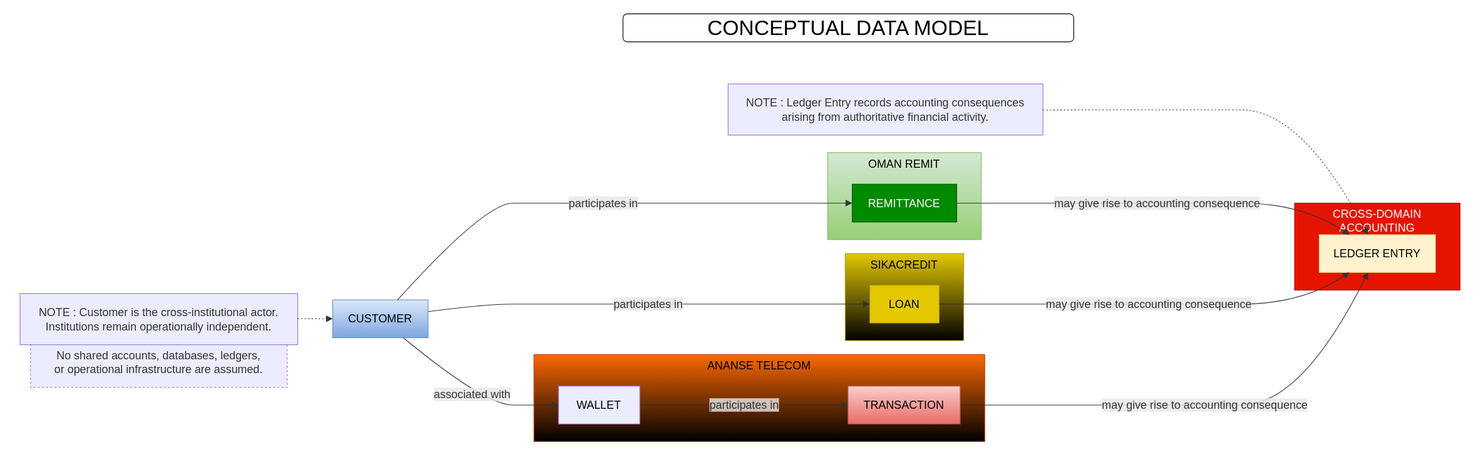
This is diagrams/WP-2.1-T08_conceptual_data_model.drawio.svg from deloveyeboah10-Nagato/OCB_PLATFORM, a draw.io export, as it was before one commit. Source tidied: cells renumbered, new cells last; positions are measured from the earlier drawing's top-left corner, leaving out a move shared by most shapes.
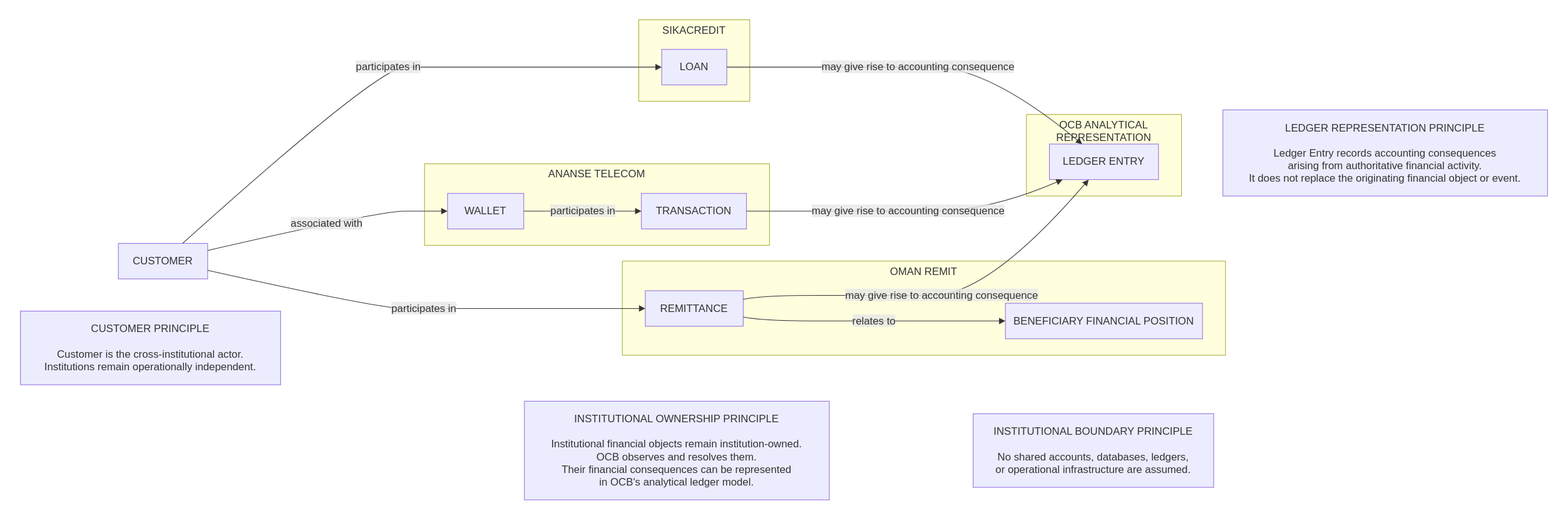
After the commit.

What changed in the source:
```diff
@@ -2,122 +2,122 @@
   <root>
     <mxCell id="0" />
     <mxCell id="1" parent="0" />
-    <mxCell id="2" style="group;transparentBounds=1;editIcon=1;lockedGroup=0;groupPadding=10;" parent="1" vertex="1">
-      <mxGeometry width="1679" height="223" as="geometry" />
-    </mxCell>
-    <mxCell id="3" value="No shared accounts, databases, ledgers,&#10;or operational infrastructure are assumed." style="html=1;whiteSpace=wrap;strokeWidth=1;fillColor=light-dark(#ECECFF,#1f2020);strokeColor=light-dark(#9370DB,#cccccc);fontColor=light-dark(#333333,#cccccc);fontFamily=Trebuchet MS,Verdana,Arial,sans-serif;fontSize=16;dashed=1;" parent="2" vertex="1">
-      <mxGeometry x="225" y="500" width="366" height="73" as="geometry" />
-    </mxCell>
+    <mxCell id="26" style="group;transparentBounds=1;editIcon=1;lockedGroup=0;groupPadding=10;" parent="1" vertex="1">
+      <mxGeometry as="geometry" />
+    </mxCell>
-    <mxCell id="4" value="ANANSE TELECOM" style="html=1;whiteSpace=wrap;strokeWidth=1;verticalAlign=top;fillColor=#fa6800;strokeColor=#C73500;fontColor=light-dark(#000000,#333333);fontFamily=Trebuchet MS,Verdana,Arial,sans-serif;fontSize=16;gradientColor=light-dark(#000000,#994C00);" parent="2" vertex="1">
-      <mxGeometry x="943" y="526" width="643" height="124" as="geometry" />
+    <mxCell id="4" value="ANANSE TELECOM" style="html=1;whiteSpace=wrap;strokeWidth=1;verticalAlign=top;fillColor=light-dark(#ffffde,#1f2020);strokeColor=light-dark(#aaaa33,#cccccc);fontColor=light-dark(#333333,#cccccc);fontFamily=Trebuchet MS,Verdana,Arial,sans-serif;fontSize=16;" parent="26" vertex="1">
+      <mxGeometry x="675" y="249" width="525" height="124" as="geometry" />
     </mxCell>
-    <mxCell id="5" value="WALLET" style="html=1;whiteSpace=wrap;strokeWidth=1;fillColor=light-dark(#ECECFF,#FFD700);strokeColor=light-dark(#9370DB,#cccccc);fontColor=light-dark(#000000,#333333);fontFamily=Trebuchet MS,Verdana,Arial,sans-serif;fontSize=16;labelBorderColor=none;" parent="4" vertex="1">
+    <mxCell id="5" value="WALLET" style="html=1;whiteSpace=wrap;strokeWidth=1;fillColor=light-dark(#ECECFF,#1f2020);strokeColor=light-dark(#9370DB,#cccccc);fontColor=light-dark(#333333,#cccccc);fontFamily=Trebuchet MS,Verdana,Arial,sans-serif;fontSize=16;" parent="4" vertex="1">
       <mxGeometry x="35" y="45" width="116" height="54" as="geometry" />
     </mxCell>
-    <mxCell id="6" value="TRANSACTION" style="html=1;whiteSpace=wrap;strokeWidth=1;fillColor=#f8cecc;strokeColor=#b85450;fontFamily=Trebuchet MS,Verdana,Arial,sans-serif;fontSize=16;gradientColor=#ea6b66;" parent="4" vertex="1">
-      <mxGeometry x="448" y="45" width="160" height="54" as="geometry" />
+    <mxCell id="6" value="TRANSACTION" style="html=1;whiteSpace=wrap;strokeWidth=1;fillColor=light-dark(#ECECFF,#1f2020);strokeColor=light-dark(#9370DB,#cccccc);fontColor=light-dark(#333333,#cccccc);fontFamily=Trebuchet MS,Verdana,Arial,sans-serif;fontSize=16;" parent="4" vertex="1">
+      <mxGeometry x="330" y="45" width="160" height="54" as="geometry" />
     </mxCell>
-    <mxCell id="7" value="participates in" style="curved=1;startArrow=none;endArrow=block;endSize=7;strokeColor=light-dark(#333333,#cccccc);html=1;fontSize=16;labelBackgroundColor=light-dark(#E8E8E88D,#2a2a2a8D);fontFamily=Trebuchet MS,Verdana,Arial,sans-serif;fontColor=light-dark(#333333,#cccccc);exitX=1;exitY=0.5;entryX=0;entryY=0.5;" parent="4" edge="1" source="5" target="6">
+    <mxCell id="7" value="participates in" style="curved=1;startArrow=none;endArrow=block;endSize=7;strokeColor=light-dark(#333333,#cccccc);html=1;fontSize=16;labelBackgroundColor=light-dark(#E8E8E88D,#2a2a2a8D);fontFamily=Trebuchet MS,Verdana,Arial,sans-serif;fontColor=light-dark(#333333,#cccccc);exitX=1;exitY=0.5;entryX=0;entryY=0.5;rounded=0;" parent="4" edge="1" source="5" target="6">
       <mxGeometry relative="1" as="geometry" />
     </mxCell>
-    <mxCell id="8" value="SIKACREDIT" style="html=1;whiteSpace=wrap;strokeWidth=1;verticalAlign=top;fillColor=#e3c800;strokeColor=#B09500;fontFamily=Trebuchet MS,Verdana,Arial,sans-serif;fontSize=16;fontColor=light-dark(#000000,#333333);gradientColor=light-dark(#000000,#FFD966);" parent="2" vertex="1">
-      <mxGeometry x="1387" y="382" width="169" height="124" as="geometry" />
+    <mxCell id="8" value="SIKACREDIT" style="html=1;whiteSpace=wrap;strokeWidth=1;verticalAlign=top;fillColor=light-dark(#ffffde,#1f2020);strokeColor=light-dark(#aaaa33,#cccccc);fontColor=light-dark(#333333,#cccccc);fontFamily=Trebuchet MS,Verdana,Arial,sans-serif;fontSize=16;" parent="26" vertex="1">
+      <mxGeometry x="1001" y="30" width="169" height="124" as="geometry" />
     </mxCell>
-    <mxCell id="9" value="LOAN" style="html=1;whiteSpace=wrap;strokeWidth=1;fillColor=#e3c800;strokeColor=#B09500;fontFamily=Trebuchet MS,Verdana,Arial,sans-serif;fontSize=16;fontColor=#000000;" parent="8" vertex="1">
+    <mxCell id="9" value="LOAN" style="html=1;whiteSpace=wrap;strokeWidth=1;fillColor=light-dark(#ECECFF,#1f2020);strokeColor=light-dark(#9370DB,#cccccc);fontColor=light-dark(#333333,#cccccc);fontFamily=Trebuchet MS,Verdana,Arial,sans-serif;fontSize=16;" parent="8" vertex="1">
       <mxGeometry x="35" y="45" width="99" height="54" as="geometry" />
     </mxCell>
-    <mxCell id="10" value="OMAN REMIT" style="html=1;whiteSpace=wrap;strokeWidth=1;verticalAlign=top;fillColor=#d5e8d4;strokeColor=#82b366;fontFamily=Trebuchet MS,Verdana,Arial,sans-serif;fontSize=16;gradientColor=#97d077;" parent="2" vertex="1">
-      <mxGeometry x="1362" y="238" width="219" height="124" as="geometry" />
+    <mxCell id="10" value="OMAN REMIT" style="html=1;whiteSpace=wrap;strokeWidth=1;verticalAlign=top;fillColor=light-dark(#ffffde,#1f2020);strokeColor=light-dark(#aaaa33,#cccccc);fontColor=light-dark(#333333,#cccccc);fontFamily=Trebuchet MS,Verdana,Arial,sans-serif;fontSize=16;" parent="26" vertex="1">
+      <mxGeometry x="976" y="397" width="918" height="143" as="geometry" />
     </mxCell>
-    <mxCell id="11" value="REMITTANCE" style="html=1;whiteSpace=wrap;strokeWidth=1;fillColor=#008a00;strokeColor=#005700;fontColor=#ffffff;fontFamily=Trebuchet MS,Verdana,Arial,sans-serif;fontSize=16;" parent="10" vertex="1">
+    <mxCell id="11" value="REMITTANCE" style="html=1;whiteSpace=wrap;strokeWidth=1;fillColor=light-dark(#ECECFF,#1f2020);strokeColor=light-dark(#9370DB,#cccccc);fontColor=light-dark(#333333,#cccccc);fontFamily=Trebuchet MS,Verdana,Arial,sans-serif;fontSize=16;" parent="10" vertex="1">
       <mxGeometry x="35" y="45" width="149" height="54" as="geometry" />
     </mxCell>
-    <mxCell id="12" value="CROSS-DOMAIN ACCOUNTING" style="html=1;whiteSpace=wrap;strokeWidth=1;verticalAlign=top;fillColor=#e51400;strokeColor=#B20000;fontColor=#ffffff;fontFamily=Trebuchet MS,Verdana,Arial,sans-serif;fontSize=16;" parent="2" vertex="1">
-      <mxGeometry x="2028" y="310" width="236" height="124" as="geometry" />
-    </mxCell>
+    <mxCell id="27" value="BENEFICIARY FINANCIAL POSITION" style="html=1;whiteSpace=wrap;strokeWidth=1;fillColor=light-dark(#ECECFF,#1f2020);strokeColor=light-dark(#9370DB,#cccccc);fontColor=light-dark(#333333,#cccccc);fontFamily=Trebuchet MS,Verdana,Arial,sans-serif;fontSize=16;" parent="10" vertex="1">
+      <mxGeometry x="583" y="64" width="300" height="54" as="geometry" />
+    </mxCell>
+    <mxCell id="28" value="relates to" style="curved=1;startArrow=none;endArrow=block;endSize=7;strokeColor=light-dark(#333333,#cccccc);html=1;fontSize=16;labelBackgroundColor=light-dark(#E8E8E88D,#2a2a2a8D);fontFamily=Trebuchet MS,Verdana,Arial,sans-serif;fontColor=light-dark(#333333,#cccccc);exitX=1;exitY=0.74;entryX=0;entryY=0.5;rounded=0;" parent="10" edge="1" source="11" target="27">
+      <mxGeometry relative="1" as="geometry">
+        <Array as="points">
+          <mxPoint x="214" y="91" />
+          <mxPoint x="386" y="91" />
+          <mxPoint x="558" y="91" />
+        </Array>
+      </mxGeometry>
+    </mxCell>
+    <mxCell id="29" value="OCB ANALYTICAL REPRESENTATION" style="html=1;whiteSpace=wrap;strokeWidth=1;verticalAlign=top;fillColor=light-dark(#ffffde,#1f2020);strokeColor=light-dark(#aaaa33,#cccccc);fontColor=light-dark(#333333,#cccccc);fontFamily=Trebuchet MS,Verdana,Arial,sans-serif;fontSize=16;" parent="26" vertex="1">
+      <mxGeometry x="1591" y="174" width="236" height="124" as="geometry" />
+    </mxCell>
-    <mxCell id="13" value="LEDGER ENTRY" style="html=1;whiteSpace=wrap;strokeWidth=1;fillColor=#fff2cc;strokeColor=#d6b656;fontFamily=Trebuchet MS,Verdana,Arial,sans-serif;fontSize=16;" parent="12" vertex="1">
+    <mxCell id="13" value="LEDGER ENTRY" style="html=1;whiteSpace=wrap;strokeWidth=1;fillColor=light-dark(#ECECFF,#1f2020);strokeColor=light-dark(#9370DB,#cccccc);fontColor=light-dark(#333333,#cccccc);fontFamily=Trebuchet MS,Verdana,Arial,sans-serif;fontSize=16;" parent="29" vertex="1">
       <mxGeometry x="35" y="45" width="166" height="54" as="geometry" />
     </mxCell>
-    <mxCell id="14" value="CUSTOMER" style="html=1;whiteSpace=wrap;strokeWidth=1;fillColor=#dae8fc;strokeColor=#6c8ebf;fontFamily=Trebuchet MS,Verdana,Arial,sans-serif;fontSize=16;gradientColor=#7ea6e0;" parent="2" vertex="1">
-      <mxGeometry x="656" y="448" width="136" height="54" as="geometry" />
+    <mxCell id="14" value="CUSTOMER" style="html=1;whiteSpace=wrap;strokeWidth=1;fillColor=light-dark(#ECECFF,#1f2020);strokeColor=light-dark(#9370DB,#cccccc);fontColor=light-dark(#333333,#cccccc);fontFamily=Trebuchet MS,Verdana,Arial,sans-serif;fontSize=16;" parent="26" vertex="1">
+      <mxGeometry x="209" y="370" width="136" height="54" as="geometry" />
     </mxCell>
-    <mxCell id="15" value="NOTE : Customer is the cross-institutional actor.&lt;br&gt;Institutions remain operationally independent." style="html=1;whiteSpace=wrap;strokeWidth=1;fillColor=light-dark(#ECECFF,#1f2020);strokeColor=light-dark(#9370DB,#cccccc);fontColor=light-dark(#333333,#cccccc);fontFamily=Trebuchet MS,Verdana,Arial,sans-serif;fontSize=16;" parent="2" vertex="1">
-      <mxGeometry x="210" y="439" width="396" height="73" as="geometry" />
-    </mxCell>
-    <mxCell id="16" value="NOTE : Ledger Entry records accounting consequences&lt;br&gt;arising from authoritative financial activity." style="html=1;whiteSpace=wrap;strokeWidth=1;fillColor=light-dark(#ECECFF,#1f2020);strokeColor=light-dark(#9370DB,#cccccc);fontColor=light-dark(#333333,#cccccc);fontFamily=Trebuchet MS,Verdana,Arial,sans-serif;fontSize=16;" parent="2" vertex="1">
-      <mxGeometry x="1220" y="140" width="449" height="73" as="geometry" />
-    </mxCell>
+    <mxCell id="30" value="CUSTOMER PRINCIPLE&#10;&#10;Customer is the cross-institutional actor.&#10;Institutions remain operationally independent." style="html=1;whiteSpace=wrap;strokeWidth=1;fillColor=light-dark(#ECECFF,#1f2020);strokeColor=light-dark(#9370DB,#cccccc);fontColor=light-dark(#333333,#cccccc);fontFamily=Trebuchet MS,Verdana,Arial,sans-serif;fontSize=16;" parent="26" vertex="1">
+      <mxGeometry x="60" y="473" width="396" height="112" as="geometry" />
+    </mxCell>
+    <mxCell id="31" value="INSTITUTIONAL OWNERSHIP PRINCIPLE&#10;&#10;Institutional financial objects remain institution-owned.&#10;OCB observes and resolves them.&#10;Their financial consequences can be represented&#10;in OCB's analytical ledger model." style="html=1;whiteSpace=wrap;strokeWidth=1;fillColor=light-dark(#ECECFF,#1f2020);strokeColor=light-dark(#9370DB,#cccccc);fontColor=light-dark(#333333,#cccccc);fontFamily=Trebuchet MS,Verdana,Arial,sans-serif;fontSize=16;" parent="26" vertex="1">
+      <mxGeometry x="827" y="610" width="464" height="150" as="geometry" />
+    </mxCell>
+    <mxCell id="32" value="LEDGER REPRESENTATION PRINCIPLE&#10;&#10;Ledger Entry records accounting consequences&#10;arising from authoritative financial activity.&#10;It does not replace the originating financial object or event." style="html=1;whiteSpace=wrap;strokeWidth=1;fillColor=light-dark(#ECECFF,#1f2020);strokeColor=light-dark(#9370DB,#cccccc);fontColor=light-dark(#333333,#cccccc);fontFamily=Trebuchet MS,Verdana,Arial,sans-serif;fontSize=16;" parent="26" vertex="1">
+      <mxGeometry x="1890" y="167" width="494" height="131" as="geometry" />
+    </mxCell>
+    <mxCell id="33" value="INSTITUTIONAL BOUNDARY PRINCIPLE&#10;&#10;No shared accounts, databases, ledgers,&#10;or operational infrastructure are assumed." style="html=1;whiteSpace=wrap;strokeWidth=1;fillColor=light-dark(#ECECFF,#1f2020);strokeColor=light-dark(#9370DB,#cccccc);fontColor=light-dark(#333333,#cccccc);fontFamily=Trebuchet MS,Verdana,Arial,sans-serif;fontSize=16;" parent="26" vertex="1">
+      <mxGeometry x="1510" y="629" width="366" height="112" as="geometry" />
+    </mxCell>
-    <mxCell id="17" value="associated with" style="curved=1;startArrow=none;endArrow=block;endSize=7;strokeColor=light-dark(#333333,#cccccc);html=1;fontSize=16;labelBackgroundColor=light-dark(#E8E8E88D,#2a2a2a8D);fontFamily=Trebuchet MS,Verdana,Arial,sans-serif;fontColor=light-dark(#333333,#cccccc);exitX=0.74;exitY=1;entryX=0;entryY=0.5;" parent="2" edge="1" source="14" target="5">
+    <mxCell id="17" value="associated with" style="curved=1;startArrow=none;endArrow=block;endSize=7;strokeColor=light-dark(#333333,#cccccc);html=1;fontSize=16;labelBackgroundColor=light-dark(#E8E8E88D,#2a2a2a8D);fontFamily=Trebuchet MS,Verdana,Arial,sans-serif;fontColor=light-dark(#333333,#cccccc);exitX=1;exitY=0.2;entryX=0;entryY=0.5;rounded=0;" parent="26" edge="1" source="14" target="5">
       <mxGeometry relative="1" as="geometry">
         <Array as="points">
-          <mxPoint x="873" y="598" />
-          <mxPoint x="953" y="598" />
+          <mxPoint x="605" y="321" />
+          <mxPoint x="685" y="321" />
         </Array>
       </mxGeometry>
     </mxCell>
-    <mxCell id="18" value="participates in" style="curved=1;startArrow=none;endArrow=block;endSize=7;strokeColor=light-dark(#333333,#cccccc);html=1;fontSize=16;labelBackgroundColor=light-dark(#E8E8E88D,#2a2a2a8D);fontFamily=Trebuchet MS,Verdana,Arial,sans-serif;fontColor=light-dark(#333333,#cccccc);exitX=1;exitY=0.31;entryX=0;entryY=0.5;" parent="2" edge="1" source="14" target="9">
+    <mxCell id="18" value="participates in" style="curved=1;startArrow=none;endArrow=block;endSize=7;strokeColor=light-dark(#333333,#cccccc);html=1;fontSize=16;labelBackgroundColor=light-dark(#E8E8E88D,#2a2a2a8D);fontFamily=Trebuchet MS,Verdana,Arial,sans-serif;fontColor=light-dark(#333333,#cccccc);exitX=0.72;exitY=0;entryX=0;entryY=0.5;rounded=0;" parent="26" edge="1" source="14" target="9">
       <mxGeometry relative="1" as="geometry">
         <Array as="points">
-          <mxPoint x="873" y="454" />
-          <mxPoint x="953" y="454" />
-          <mxPoint x="1036" y="454" />
-          <mxPoint x="1171" y="454" />
-          <mxPoint x="1248" y="454" />
+          <mxPoint x="605" y="102" />
+          <mxPoint x="685" y="102" />
+          <mxPoint x="768" y="102" />
+          <mxPoint x="903" y="102" />
+          <mxPoint x="980" y="102" />
         </Array>
       </mxGeometry>
     </mxCell>
-    <mxCell id="19" value="participates in" style="curved=1;startArrow=none;endArrow=block;endSize=7;strokeColor=light-dark(#333333,#cccccc);html=1;fontSize=16;labelBackgroundColor=light-dark(#E8E8E88D,#2a2a2a8D);fontFamily=Trebuchet MS,Verdana,Arial,sans-serif;fontColor=light-dark(#333333,#cccccc);exitX=0.68;exitY=0;entryX=0;entryY=0.5;" parent="2" edge="1" source="14" target="11">
+    <mxCell id="19" value="participates in" style="curved=1;startArrow=none;endArrow=block;endSize=7;strokeColor=light-dark(#333333,#cccccc);html=1;fontSize=16;labelBackgroundColor=light-dark(#E8E8E88D,#2a2a2a8D);fontFamily=Trebuchet MS,Verdana,Arial,sans-serif;fontColor=light-dark(#333333,#cccccc);exitX=1;exitY=0.76;entryX=0;entryY=0.5;rounded=0;" parent="26" edge="1" source="14" target="11">
       <mxGeometry relative="1" as="geometry">
         <Array as="points">
-          <mxPoint x="873" y="310" />
-          <mxPoint x="953" y="310" />
-          <mxPoint x="1036" y="310" />
-          <mxPoint x="1171" y="310" />
-          <mxPoint x="1248" y="310" />
+          <mxPoint x="605" y="469" />
+          <mxPoint x="685" y="469" />
+          <mxPoint x="768" y="469" />
+          <mxPoint x="903" y="469" />
+          <mxPoint x="980" y="469" />
         </Array>
       </mxGeometry>
     </mxCell>
-    <mxCell id="20" value="may give rise to accounting consequence" style="curved=1;startArrow=none;endArrow=block;endSize=7;strokeColor=light-dark(#333333,#cccccc);html=1;fontSize=16;labelBackgroundColor=light-dark(#E8E8E88D,#2a2a2a8D);fontFamily=Trebuchet MS,Verdana,Arial,sans-serif;fontColor=light-dark(#333333,#cccccc);exitX=1;exitY=0.5;entryX=0.42;entryY=1;" parent="2" edge="1" source="6" target="13">
+    <mxCell id="20" value="may give rise to accounting consequence" style="curved=1;startArrow=none;endArrow=block;endSize=7;strokeColor=light-dark(#333333,#cccccc);html=1;fontSize=16;labelBackgroundColor=light-dark(#E8E8E88D,#2a2a2a8D);fontFamily=Trebuchet MS,Verdana,Arial,sans-serif;fontColor=light-dark(#333333,#cccccc);exitX=1;exitY=0.5;entryX=0.12;entryY=1;rounded=0;" parent="26" edge="1" source="6" target="13">
       <mxGeometry relative="1" as="geometry">
         <Array as="points">
-          <mxPoint x="1694" y="598" />
-          <mxPoint x="1866" y="598" />
-          <mxPoint x="2038" y="598" />
+          <mxPoint x="1190" y="321" />
+          <mxPoint x="1362" y="321" />
+          <mxPoint x="1534" y="321" />
         </Array>
       </mxGeometry>
     </mxCell>
-    <mxCell id="21" value="may give rise to accounting consequence" style="curved=1;startArrow=none;endArrow=block;endSize=7;strokeColor=light-dark(#333333,#cccccc);html=1;fontSize=16;labelBackgroundColor=light-dark(#E8E8E88D,#2a2a2a8D);fontFamily=Trebuchet MS,Verdana,Arial,sans-serif;fontColor=light-dark(#333333,#cccccc);exitX=1;exitY=0.5;entryX=0.26;entryY=1;" parent="2" edge="1" source="9" target="13">
+    <mxCell id="21" value="may give rise to accounting consequence" style="curved=1;startArrow=none;endArrow=block;endSize=7;strokeColor=light-dark(#333333,#cccccc);html=1;fontSize=16;labelBackgroundColor=light-dark(#E8E8E88D,#2a2a2a8D);fontFamily=Trebuchet MS,Verdana,Arial,sans-serif;fontColor=light-dark(#333333,#cccccc);exitX=1;exitY=0.5;entryX=0.3;entryY=0;rounded=0;" parent="26" edge="1" source="9" target="13">
       <mxGeometry relative="1" as="geometry">
         <Array as="points">
-          <mxPoint x="1694" y="454" />
-          <mxPoint x="1866" y="454" />
-          <mxPoint x="2038" y="454" />
+          <mxPoint x="1190" y="102" />
+          <mxPoint x="1362" y="102" />
+          <mxPoint x="1534" y="102" />
         </Array>
       </mxGeometry>
     </mxCell>
-    <mxCell id="22" value="may give rise to accounting consequence" style="curved=1;startArrow=none;endArrow=block;endSize=7;strokeColor=light-dark(#333333,#cccccc);html=1;fontSize=16;labelBackgroundColor=light-dark(#E8E8E88D,#2a2a2a8D);fontFamily=Trebuchet MS,Verdana,Arial,sans-serif;fontColor=light-dark(#333333,#cccccc);exitX=1;exitY=0.5;entryX=0.26;entryY=0;" parent="2" edge="1" source="11" target="13">
+    <mxCell id="22" value="may give rise to accounting consequence" style="curved=1;startArrow=none;endArrow=block;endSize=7;strokeColor=light-dark(#333333,#cccccc);html=1;fontSize=16;labelBackgroundColor=light-dark(#E8E8E88D,#2a2a2a8D);fontFamily=Trebuchet MS,Verdana,Arial,sans-serif;fontColor=light-dark(#333333,#cccccc);exitX=1;exitY=0.24;entryX=0.36;entryY=1;rounded=0;" parent="26" edge="1" source="11" target="13">
       <mxGeometry relative="1" as="geometry">
         <Array as="points">
-          <mxPoint x="1694" y="310" />
-          <mxPoint x="1866" y="310" />
-          <mxPoint x="2038" y="310" />
+          <mxPoint x="1190" y="449" />
+          <mxPoint x="1362" y="449" />
+          <mxPoint x="1534" y="449" />
         </Array>
       </mxGeometry>
     </mxCell>
-    <mxCell id="23" style="curved=1;dashed=1;dashPattern=2 3;fixDash=1;startArrow=none;endArrow=block;endSize=7;strokeColor=light-dark(#333333,#cccccc);exitX=1;exitY=0.49;entryX=0;entryY=0.5;" parent="2" edge="1" source="15" target="14">
-      <mxGeometry relative="1" as="geometry" />
-    </mxCell>
-    <mxCell id="24" style="curved=1;dashed=1;dashPattern=2 3;fixDash=1;startArrow=none;endArrow=block;endSize=7;strokeColor=light-dark(#333333,#cccccc);exitX=1;exitY=0.51;entryX=0.42;entryY=0;" parent="2" edge="1" source="16" target="13">
-      <mxGeometry relative="1" as="geometry">
-        <Array as="points">
-          <mxPoint x="1694" y="177" />
-          <mxPoint x="1866" y="177" />
-          <mxPoint x="2038" y="177" />
-        </Array>
-      </mxGeometry>
-    </mxCell>
-    <mxCell id="25" value="CONCEPTUAL DATA MODEL" style="rounded=1;whiteSpace=wrap;html=1;fontSize=30;" parent="1" vertex="1">
-      <mxGeometry x="1070" y="40" width="643" height="40" as="geometry" />
-    </mxCell>
   </root>
 </mxGraphModel>
```
